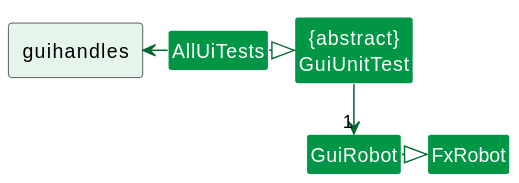
Before: docs/images/UiTestClassDiagram.svg, a diagram exported from PlantUML (nus-cs2103-AY2223S2/tp).
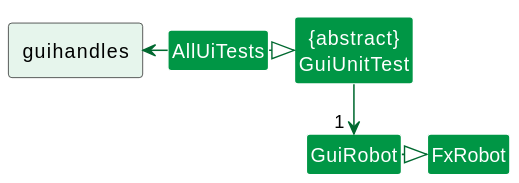
After the change.

Commit message:
Fix diagram bug

The edit, as a diff of the source:
```diff
@@ -12,6 +12,6 @@
 
 AllUiTests -left-> guihandles
 AllUiTests .|> GuiUnitTest
-GuiUnitTest -down->"1" GuiRobot
+GuiUnitTest -down->"1  " GuiRobot
 GuiRobot .|> FxRobot
 @enduml
```
